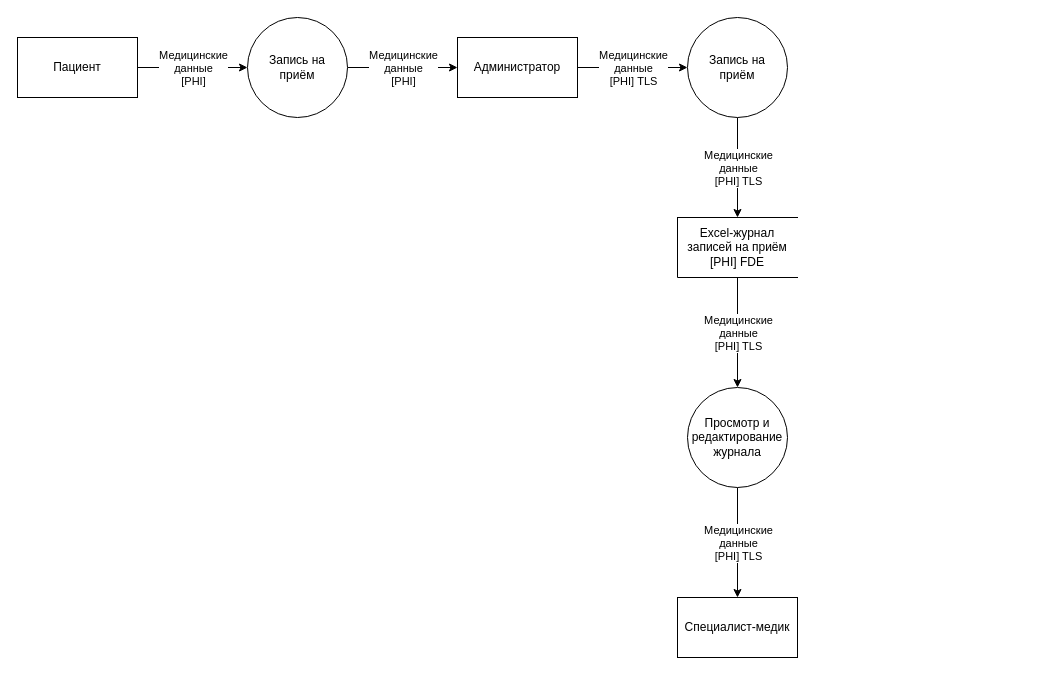
This is Task1/3_dfd_запись_на_прием.drawio from rmd-practicum/architecture-medikamente, a draw.io file, before an edit. Source tidied: cells renumbered, new cells numbered last; positions are measured from the earlier drawing's top-left corner, leaving out a move shared by most shapes. Both pictures are drawn from the tidied source at 100%, with x=0, y=0 at pixel (17, 17).
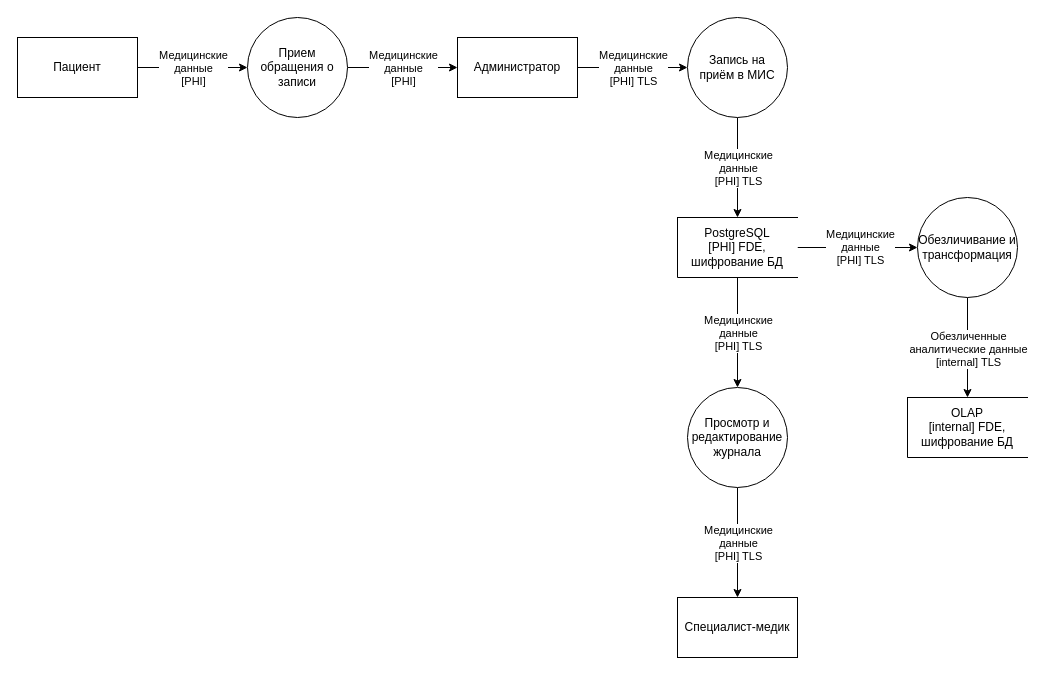
The same diagram, later.

Diff of the diagram source:
```diff
@@
-    <mxCell id="5" value="Запись на&lt;div&gt;приём&lt;/div&gt;" style="shape=ellipse;html=1;dashed=0;whiteSpace=wrap;perimeter=ellipsePerimeter;" parent="1" vertex="1">
+    <mxCell id="5" value="Прием обращения о записи" style="shape=ellipse;html=1;dashed=0;whiteSpace=wrap;perimeter=ellipsePerimeter;" parent="1" vertex="1">
       <mxGeometry x="230" width="100" height="100" as="geometry" />
     </mxCell>
@@
-    <mxCell id="13" value="Запись на&lt;div&gt;приём&lt;/div&gt;" style="shape=ellipse;html=1;dashed=0;whiteSpace=wrap;perimeter=ellipsePerimeter;" parent="1" vertex="1">
+    <mxCell id="13" value="Запись на&lt;div&gt;приём в МИС&lt;/div&gt;" style="shape=ellipse;html=1;dashed=0;whiteSpace=wrap;perimeter=ellipsePerimeter;" parent="1" vertex="1">
       <mxGeometry x="670" width="100" height="100" as="geometry" />
     </mxCell>
@@
+    <mxCell id="21" style="edgeStyle=orthogonalEdgeStyle;shape=connector;curved=0;rounded=1;jumpStyle=arc;jettySize=auto;html=1;exitX=1;exitY=0.5;exitDx=0;exitDy=0;entryX=0;entryY=0.5;entryDx=0;entryDy=0;strokeColor=default;align=center;verticalAlign=middle;fontFamily=Helvetica;fontSize=11;fontColor=default;labelBackgroundColor=default;defaultLabelBackgroundColor=page;endArrow=classic;" parent="1" edge="1" source="16" target="26">
+      <mxGeometry relative="1" as="geometry" />
+    </mxCell>
+    <mxCell id="22" value="Медицинские&lt;br&gt;&lt;div&gt;данные&lt;/div&gt;&lt;div&gt;[PHI] &lt;span style=&quot;background-color: transparent;&quot;&gt;TLS&lt;/span&gt;&lt;/div&gt;" style="edgeLabel;html=1;align=center;verticalAlign=middle;inheritText=1;defaultLabelBackgroundColor=page;" parent="21" vertex="1">
+      <mxGeometry x="0.04" y="1" relative="1" as="geometry" />
+    </mxCell>
-    <mxCell id="16" value="Excel-журнал&lt;div&gt;записей на приём&lt;/div&gt;&lt;div&gt;[PHI] FDE&lt;/div&gt;" style="html=1;dashed=0;whiteSpace=wrap;shape=partialRectangle;right=0;" parent="1" vertex="1">
+    <mxCell id="16" value="PostgreSQL&lt;br&gt;&lt;div&gt;[PHI] FDE, шифрование БД&lt;/div&gt;" style="html=1;dashed=0;whiteSpace=wrap;shape=partialRectangle;right=0;" parent="1" vertex="1">
       <mxGeometry x="660" y="200" width="120" height="60" as="geometry" />
     </mxCell>
@@
+    <mxCell id="23" value="OLAP&lt;div&gt;[internal] FDE, шифрование БД&lt;/div&gt;" style="html=1;dashed=0;whiteSpace=wrap;shape=partialRectangle;right=0;" parent="1" vertex="1">
+      <mxGeometry x="890" y="380" width="120" height="60" as="geometry" />
+    </mxCell>
+    <mxCell id="24" style="edgeStyle=orthogonalEdgeStyle;shape=connector;curved=0;rounded=1;jumpStyle=arc;jettySize=auto;html=1;exitX=0.5;exitY=1;exitDx=0;exitDy=0;entryX=0.5;entryY=0;entryDx=0;entryDy=0;strokeColor=default;align=center;verticalAlign=middle;fontFamily=Helvetica;fontSize=11;fontColor=default;labelBackgroundColor=default;defaultLabelBackgroundColor=page;endArrow=classic;" parent="1" edge="1" source="26" target="23">
+      <mxGeometry relative="1" as="geometry" />
+    </mxCell>
+    <mxCell id="25" value="Обезличенные&lt;div&gt;аналитические данные&lt;/div&gt;&lt;div&gt;[internal] TLS&lt;/div&gt;" style="edgeLabel;html=1;align=center;verticalAlign=middle;inheritText=1;defaultLabelBackgroundColor=page;" parent="24" vertex="1">
+      <mxGeometry x="0.02" relative="1" as="geometry" />
+    </mxCell>
+    <mxCell id="26" value="Обезличивание и трансформация" style="shape=ellipse;html=1;dashed=0;whiteSpace=wrap;perimeter=ellipsePerimeter;" parent="1" vertex="1">
+      <mxGeometry x="900" y="180" width="100" height="100" as="geometry" />
+    </mxCell>
```
